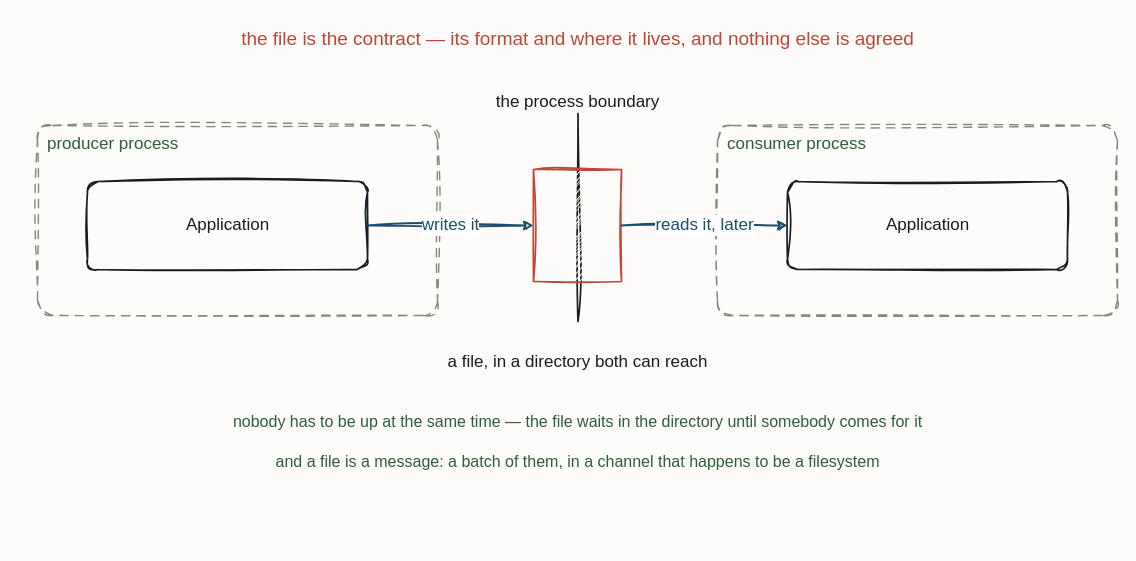
Before: resources/style-file-transfer.drawio in iancooper/practical-messaging, a draw.io diagram. Source tidied: cells renumbered, new cells numbered last; positions are measured from the earlier drawing's top-left corner, leaving out a move shared by most shapes. Both pictures are drawn from the tidied source at 100%, with x=0, y=0 at pixel (37, 21).
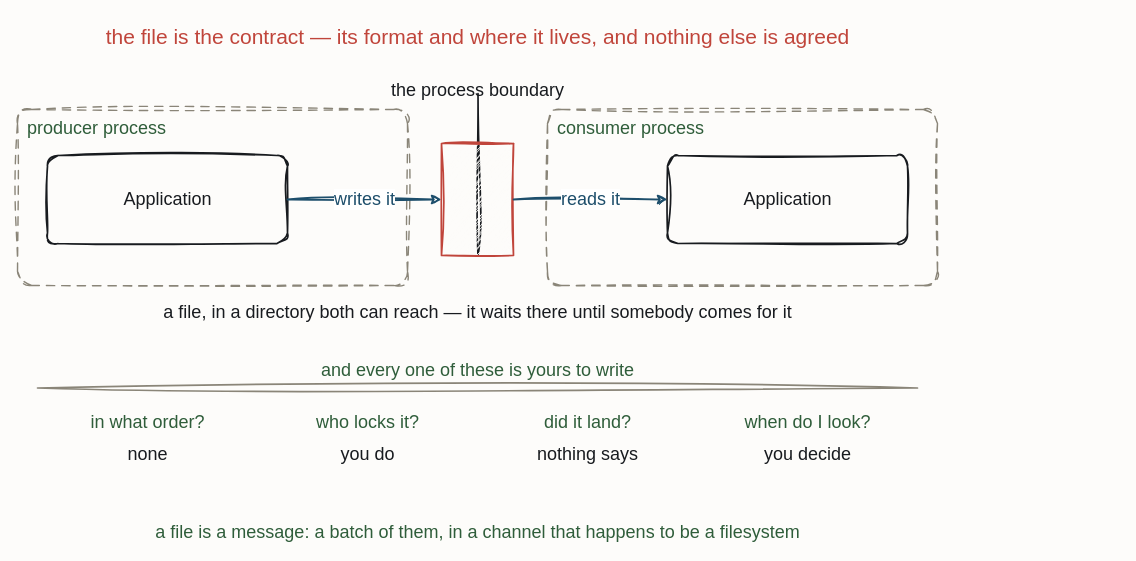
The same page after the edit.

Diff of the diagram source:
```diff
@@
-    <mxCell id="2" value="producer process" style="sketch=1;hachureGap=4;jiggle=2;curveFitting=1;fontFamily=Caveat;html=1;rounded=1;arcSize=8;verticalAlign=top;align=left;spacingLeft=8;spacingTop=2;fillColor=none;strokeColor=#8A8578;strokeWidth=1.4;fontColor=#2F5D3A;fontSize=17;dashed=1;dashPattern=6 5;" parent="1" vertex="1">
-      <mxGeometry y="104" width="400" height="190" as="geometry" />
+    <mxCell id="2" value="producer process" style="sketch=1;hachureGap=4;jiggle=2;curveFitting=1;fontFamily=Caveat;html=1;rounded=1;arcSize=8;verticalAlign=top;align=left;spacingLeft=8;spacingTop=2;fillColor=none;strokeColor=#8A8578;strokeWidth=1.4;fontColor=#2F5D3A;fontSize=18;dashed=1;dashPattern=6 5;" parent="1" vertex="1">
+      <mxGeometry x="-20" y="88" width="390" height="176" as="geometry" />
     </mxCell>
-    <mxCell id="3" value="consumer process" style="sketch=1;hachureGap=4;jiggle=2;curveFitting=1;fontFamily=Caveat;html=1;rounded=1;arcSize=8;verticalAlign=top;align=left;spacingLeft=8;spacingTop=2;fillColor=none;strokeColor=#8A8578;strokeWidth=1.4;fontColor=#2F5D3A;fontSize=17;dashed=1;dashPattern=6 5;" parent="1" vertex="1">
-      <mxGeometry x="680" y="104" width="400" height="190" as="geometry" />
+    <mxCell id="3" value="consumer process" style="sketch=1;hachureGap=4;jiggle=2;curveFitting=1;fontFamily=Caveat;html=1;rounded=1;arcSize=8;verticalAlign=top;align=left;spacingLeft=8;spacingTop=2;fillColor=none;strokeColor=#8A8578;strokeWidth=1.4;fontColor=#2F5D3A;fontSize=18;dashed=1;dashPattern=6 5;" parent="1" vertex="1">
+      <mxGeometry x="510" y="88" width="390" height="176" as="geometry" />
     </mxCell>
-    <mxCell id="4" value="the file is the contract — its format and where it lives, and nothing else is agreed" style="text;html=1;align=center;fontFamily=Caveat;fontSize=19;fontColor=#C0453B;" parent="1" vertex="1">
-      <mxGeometry x="480" width="120" height="20" as="geometry" />
+    <mxCell id="4" value="the file is the contract — its format and where it lives, and nothing else is agreed" style="text;html=1;align=center;fontFamily=Caveat;fontSize=21;fontColor=#C0453B;" parent="1" vertex="1">
+      <mxGeometry x="380" y="-4" width="120" height="20" as="geometry" />
     </mxCell>
-    <mxCell id="5" value="the process boundary" style="text;html=1;align=center;fontFamily=Caveat;fontSize=17;fontColor=#181B1F;" parent="1" vertex="1">
-      <mxGeometry x="480" y="64" width="120" height="20" as="geometry" />
+    <mxCell id="5" value="the process boundary" style="text;html=1;align=center;fontFamily=Caveat;fontSize=18;fontColor=#181B1F;" parent="1" vertex="1">
+      <mxGeometry x="380" y="52" width="120" height="20" as="geometry" />
     </mxCell>
     <mxCell id="6" style="sketch=1;hachureGap=4;jiggle=2;curveFitting=1;fontFamily=Caveat;html=1;shape=line;direction=north;strokeColor=#181B1F;strokeWidth=1.7;fillColor=none;fontColor=#181B1F;fontSize=13;" parent="1" vertex="1">
-      <mxGeometry x="540" y="92" width="1" height="208" as="geometry" />
+      <mxGeometry x="440" y="72" width="1" height="162" as="geometry" />
     </mxCell>
-    <mxCell id="7" value="Application" style="sketch=1;hachureGap=4;jiggle=2;curveFitting=1;fontFamily=Caveat;html=1;rounded=1;arcSize=12;strokeColor=#181B1F;strokeWidth=1.7;fillColor=none;fontColor=#181B1F;fontSize=17;" parent="1" vertex="1">
-      <mxGeometry x="50" y="160" width="280" height="88" as="geometry" />
+    <mxCell id="7" value="Application" style="sketch=1;hachureGap=4;jiggle=2;curveFitting=1;fontFamily=Caveat;html=1;rounded=1;arcSize=12;strokeColor=#181B1F;strokeWidth=1.7;fillColor=none;fontColor=#181B1F;fontSize=18;" parent="1" vertex="1">
+      <mxGeometry x="10" y="134" width="240" height="88" as="geometry" />
     </mxCell>
-    <mxCell id="8" value="Application" style="sketch=1;hachureGap=4;jiggle=2;curveFitting=1;fontFamily=Caveat;html=1;rounded=1;arcSize=12;strokeColor=#181B1F;strokeWidth=1.7;fillColor=none;fontColor=#181B1F;fontSize=17;" parent="1" vertex="1">
-      <mxGeometry x="750" y="160" width="280" height="88" as="geometry" />
+    <mxCell id="8" value="Application" style="sketch=1;hachureGap=4;jiggle=2;curveFitting=1;fontFamily=Caveat;html=1;rounded=1;arcSize=12;strokeColor=#181B1F;strokeWidth=1.7;fillColor=none;fontColor=#181B1F;fontSize=18;" parent="1" vertex="1">
+      <mxGeometry x="630" y="134" width="240" height="88" as="geometry" />
     </mxCell>
     <mxCell id="9" style="sketch=1;hachureGap=4;jiggle=2;curveFitting=1;fontFamily=Caveat;html=1;shape=note;size=0;verticalLabelPosition=bottom;verticalAlign=top;strokeColor=#C0453B;strokeWidth=1.7;fillColor=#FDFCFA;fontColor=#C0453B;fontSize=13;" parent="1" vertex="1">
-      <mxGeometry x="496" y="148" width="88" height="112" as="geometry" />
+      <mxGeometry x="404" y="122" width="72" height="112" as="geometry" />
     </mxCell>
-    <mxCell id="10" value="a file, in a directory both can reach" style="text;html=1;align=center;fontFamily=Caveat;fontSize=17;fontColor=#181B1F;" parent="1" vertex="1">
-      <mxGeometry x="480" y="324" width="120" height="20" as="geometry" />
+    <mxCell id="10" value="a file, in a directory both can reach — it waits there until somebody comes for it" style="text;html=1;align=center;fontFamily=Caveat;fontSize=18;fontColor=#181B1F;" parent="1" vertex="1">
+      <mxGeometry x="380" y="274" width="120" height="20" as="geometry" />
     </mxCell>
-    <mxCell id="11" value="nobody has to be up at the same time — the file waits in the directory until somebody comes for it" style="text;html=1;align=center;fontFamily=Caveat;fontSize=16;fontColor=#2F5D3A;" parent="1" vertex="1">
-      <mxGeometry x="480" y="384" width="120" height="20" as="geometry" />
+    <mxCell id="11" value="and every one of these is yours to write" style="text;html=1;align=center;fontFamily=Caveat;fontSize=18;fontColor=#2F5D3A;" parent="1" vertex="1">
+      <mxGeometry x="380" y="332" width="120" height="20" as="geometry" />
     </mxCell>
+    <mxCell id="15" style="sketch=1;hachureGap=4;jiggle=2;curveFitting=1;fontFamily=Caveat;html=1;shape=line;strokeColor=#8A8578;strokeWidth=1.7;fillColor=none;fontColor=#8A8578;fontSize=13;" parent="1" vertex="1">
+      <mxGeometry y="366" width="880" height="1" as="geometry" />
+    </mxCell>
-    <mxCell id="12" value="and a file is a message: a batch of them, in a channel that happens to be a filesystem" style="text;html=1;align=center;fontFamily=Caveat;fontSize=16;fontColor=#2F5D3A;" parent="1" vertex="1">
-      <mxGeometry x="480" y="424" width="120" height="20" as="geometry" />
+    <mxCell id="12" value="in what order?" style="text;html=1;align=center;fontFamily=Caveat;fontSize=18;fontColor=#2F5D3A;" parent="1" vertex="1">
+      <mxGeometry x="50" y="384" width="120" height="20" as="geometry" />
     </mxCell>
+    <mxCell id="16" value="none" style="text;html=1;align=center;fontFamily=Caveat;fontSize=18;fontColor=#181B1F;" parent="1" vertex="1">
+      <mxGeometry x="50" y="416" width="120" height="20" as="geometry" />
+    </mxCell>
+    <mxCell id="17" value="who locks it?" style="text;html=1;align=center;fontFamily=Caveat;fontSize=18;fontColor=#2F5D3A;" parent="1" vertex="1">
+      <mxGeometry x="270" y="384" width="120" height="20" as="geometry" />
+    </mxCell>
+    <mxCell id="18" value="you do" style="text;html=1;align=center;fontFamily=Caveat;fontSize=18;fontColor=#181B1F;" parent="1" vertex="1">
+      <mxGeometry x="270" y="416" width="120" height="20" as="geometry" />
+    </mxCell>
+    <mxCell id="19" value="did it land?" style="text;html=1;align=center;fontFamily=Caveat;fontSize=18;fontColor=#2F5D3A;" parent="1" vertex="1">
+      <mxGeometry x="490" y="384" width="120" height="20" as="geometry" />
+    </mxCell>
+    <mxCell id="20" value="nothing says" style="text;html=1;align=center;fontFamily=Caveat;fontSize=18;fontColor=#181B1F;" parent="1" vertex="1">
+      <mxGeometry x="490" y="416" width="120" height="20" as="geometry" />
+    </mxCell>
+    <mxCell id="21" value="when do I look?" style="text;html=1;align=center;fontFamily=Caveat;fontSize=18;fontColor=#2F5D3A;" parent="1" vertex="1">
+      <mxGeometry x="710" y="384" width="120" height="20" as="geometry" />
+    </mxCell>
+    <mxCell id="22" value="you decide" style="text;html=1;align=center;fontFamily=Caveat;fontSize=18;fontColor=#181B1F;" parent="1" vertex="1">
+      <mxGeometry x="710" y="416" width="120" height="20" as="geometry" />
+    </mxCell>
+    <mxCell id="23" value="a file is a message: a batch of them, in a channel that happens to be a filesystem" style="text;html=1;align=center;fontFamily=Caveat;fontSize=18;fontColor=#2F5D3A;" parent="1" vertex="1">
+      <mxGeometry x="380" y="494" width="120" height="20" as="geometry" />
+    </mxCell>
-    <mxCell id="13" value="writes it" style="sketch=1;jiggle=2;curveFitting=1;edgeStyle=none;rounded=0;strokeColor=#1D4E6B;strokeWidth=1.8;fontFamily=Caveat;fontSize=17;fontColor=#1D4E6B;html=1;exitX=1.0;exitY=0.5;exitDx=0;exitDy=0;entryX=0.0;entryY=0.5;entryDx=0;entryDy=0;" parent="1" edge="1" source="7" target="9">
+    <mxCell id="13" value="writes it" style="sketch=1;jiggle=2;curveFitting=1;edgeStyle=none;rounded=0;strokeColor=#1D4E6B;strokeWidth=1.8;fontFamily=Caveat;fontSize=18;fontColor=#1D4E6B;html=1;exitX=1.0;exitY=0.5;exitDx=0;exitDy=0;entryX=0.0;entryY=0.5;entryDx=0;entryDy=0;" parent="1" edge="1" source="7" target="9">
       <mxGeometry relative="1" as="geometry" />
     </mxCell>
-    <mxCell id="14" value="reads it, later" style="sketch=1;jiggle=2;curveFitting=1;edgeStyle=none;rounded=0;strokeColor=#1D4E6B;strokeWidth=1.8;fontFamily=Caveat;fontSize=17;fontColor=#1D4E6B;html=1;exitX=1.0;exitY=0.5;exitDx=0;exitDy=0;entryX=0.0;entryY=0.5;entryDx=0;entryDy=0;" parent="1" edge="1" source="9" target="8">
+    <mxCell id="14" value="reads it" style="sketch=1;jiggle=2;curveFitting=1;edgeStyle=none;rounded=0;strokeColor=#1D4E6B;strokeWidth=1.8;fontFamily=Caveat;fontSize=18;fontColor=#1D4E6B;html=1;exitX=1.0;exitY=0.5;exitDx=0;exitDy=0;entryX=0.0;entryY=0.5;entryDx=0;entryDy=0;" parent="1" edge="1" source="9" target="8">
       <mxGeometry relative="1" as="geometry" />
     </mxCell>
```
